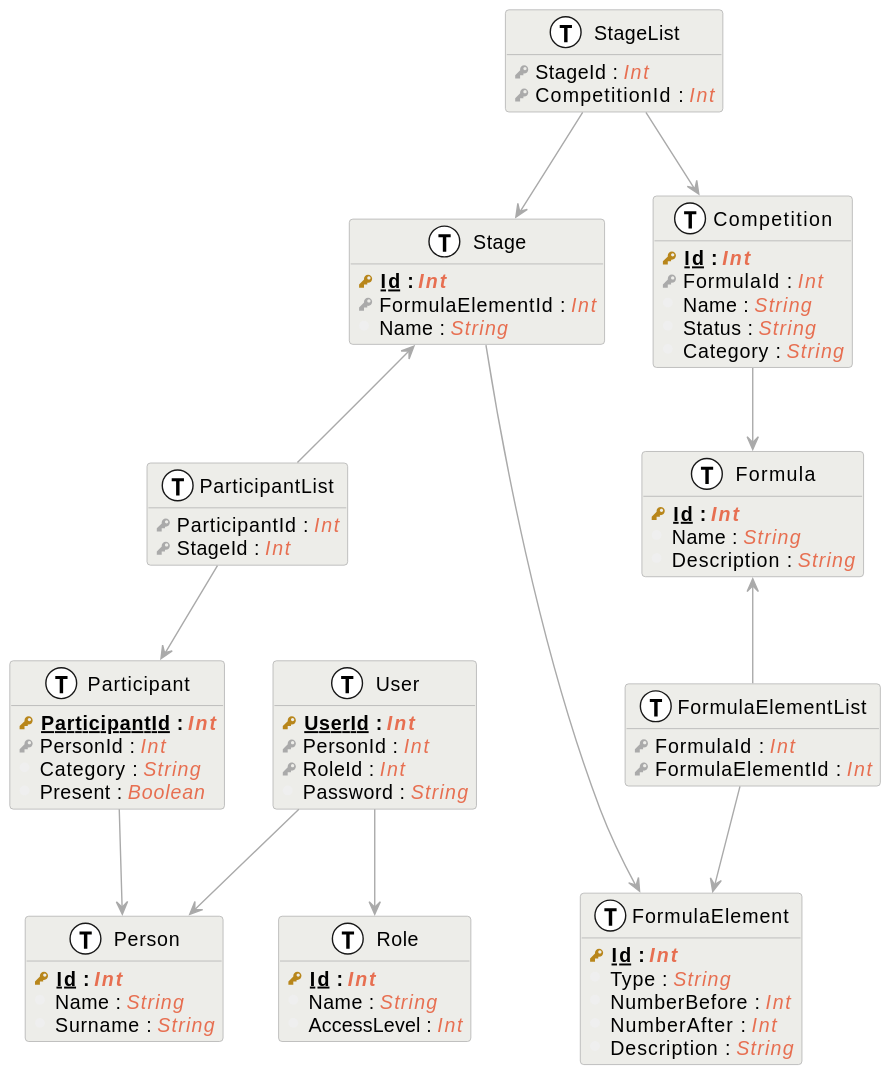
Earlier version of the PlantUML export doc/externals/database.svg (OnHenriGolera/Astro).
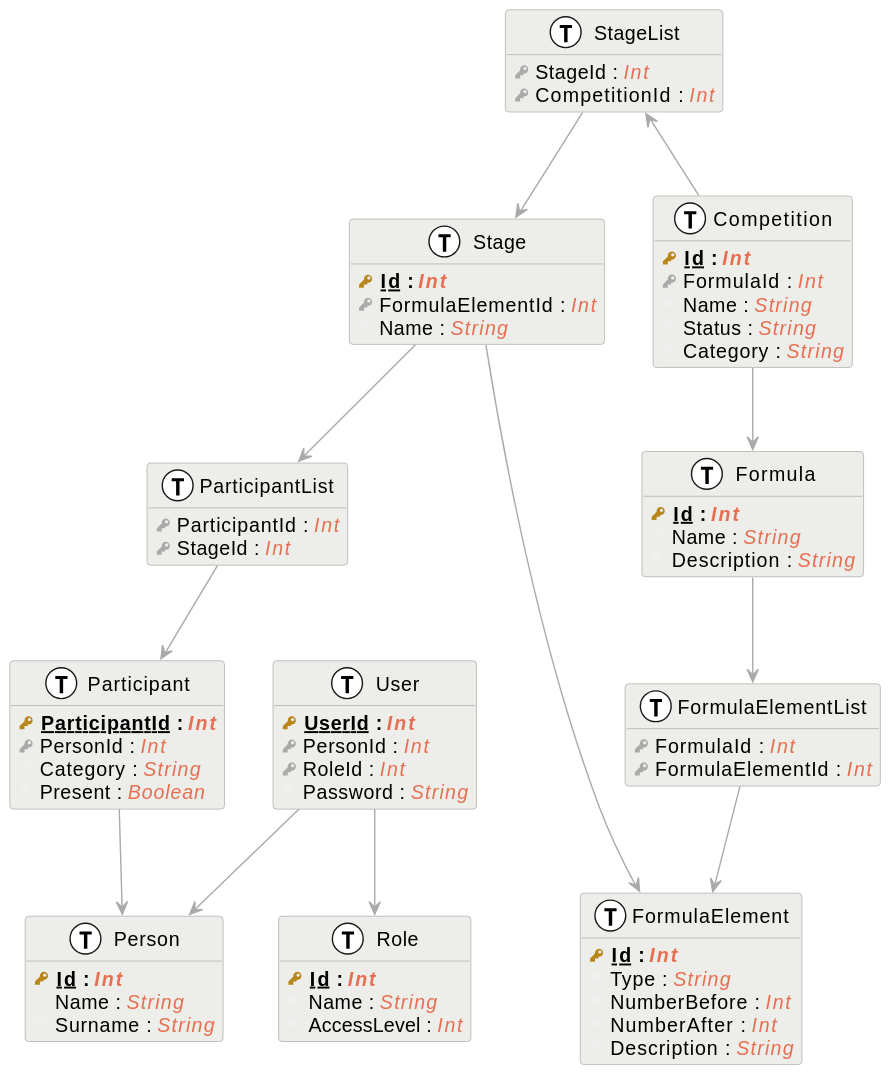
After the commit.

Commit message:
Changing UML for stage and competition

What changed in the source:
```diff
@@ -87,11 +87,11 @@
 Stage --> FormulaElement
 Competition --> Formula
 StageList --> Stage
-Stage <-- ParticipantList
+Stage --> ParticipantList
 ParticipantList --> Participant
-Formula <-- FormulaElementList
+Formula --> FormulaElementList
 FormulaElementList --> FormulaElement
 Participant --> Person
 User --> Role
-StageList --> Competition
+StageList <-- Competition
 @enduml
```
